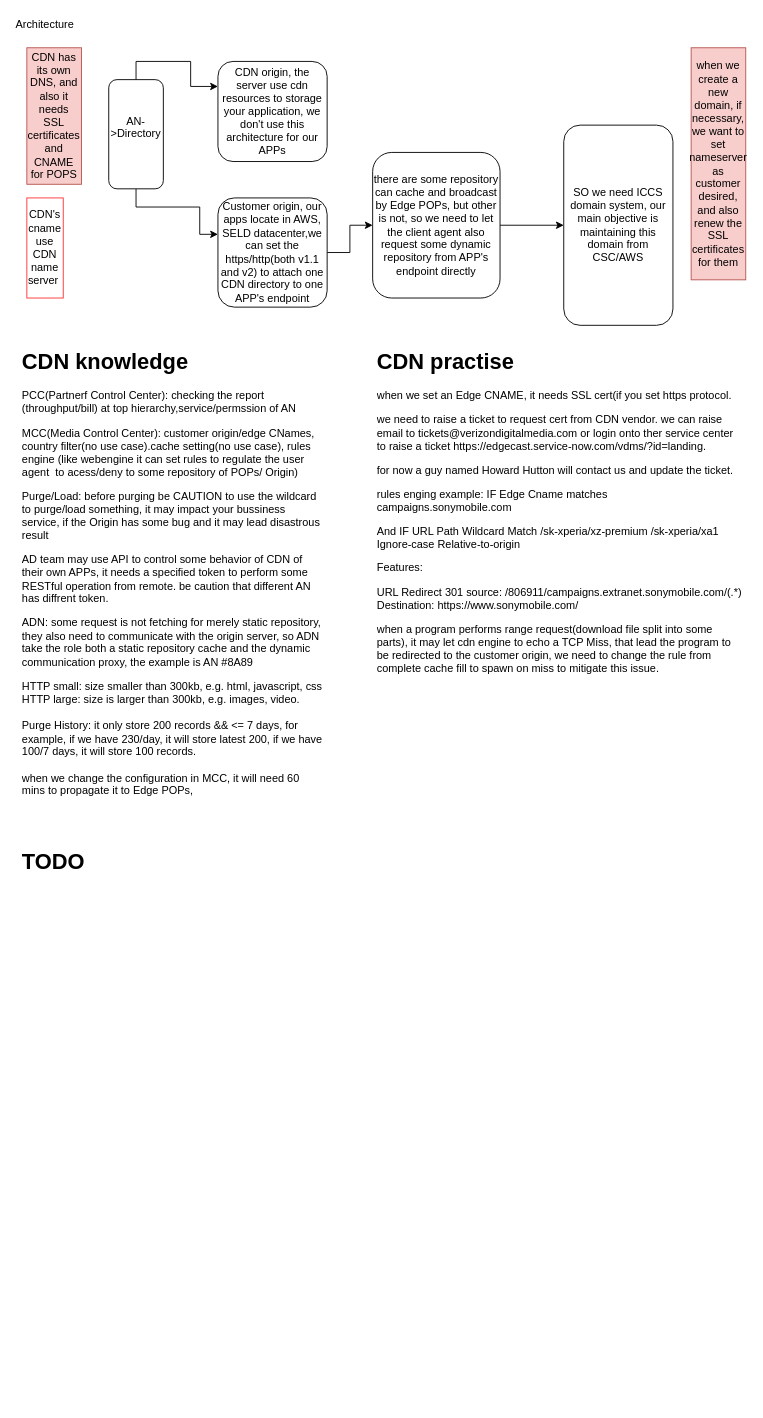
Earlier version of the draw.io diagram CDN learning.drawio (anoyo-lin/domain-cdn-learning). Source tidied: cells renumbered, new cells numbered last; positions are measured from the earlier drawing's top-left corner, leaving out a move shared by most shapes. Both pictures are drawn from the tidied source at 91%, with x=0, y=0 at pixel (17, 15).
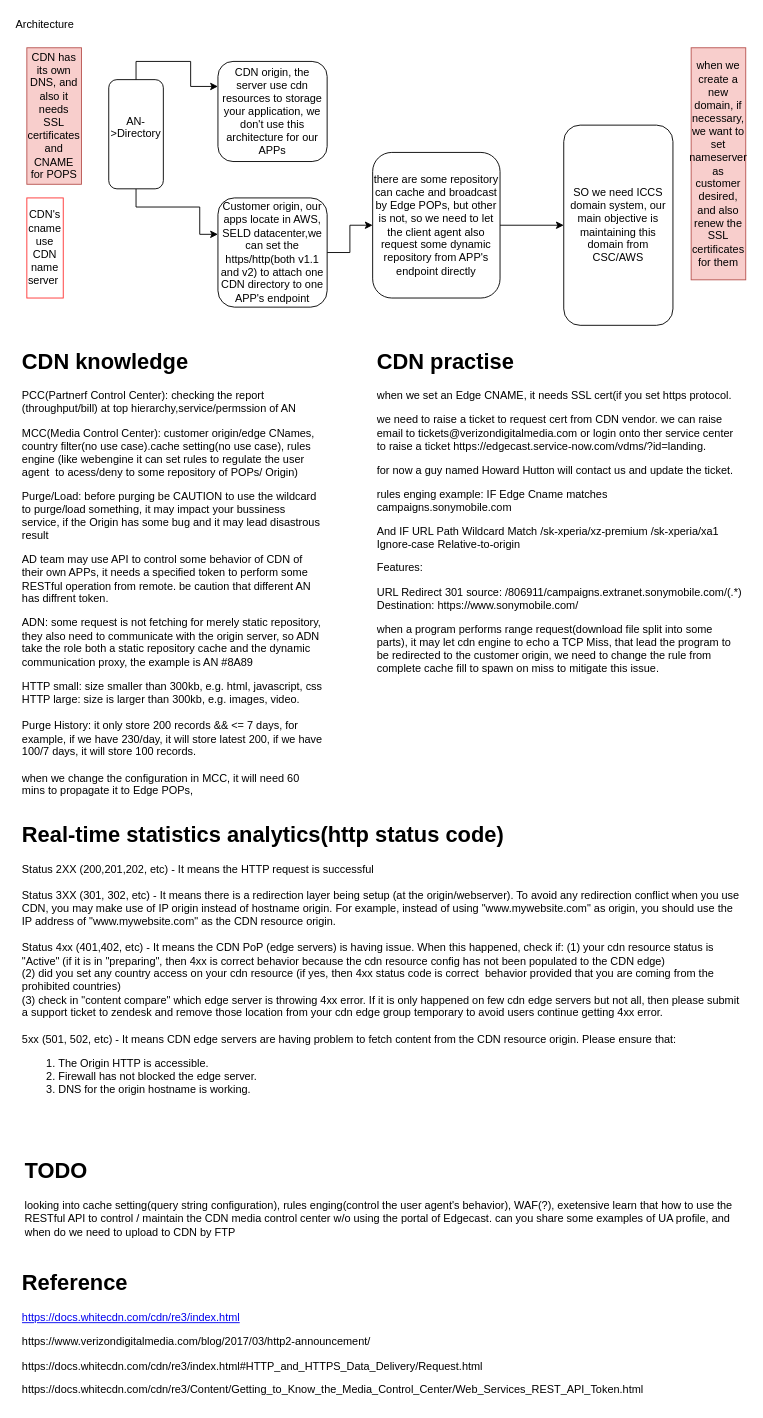
After the change.

The edit, as a diff of the source:
```diff
@@
-    <mxCell id="17" value="&lt;h1&gt;TODO&lt;/h1&gt;" style="text;html=1;strokeColor=none;fillColor=none;spacing=5;spacingTop=-20;whiteSpace=wrap;overflow=hidden;rounded=0;" parent="1" vertex="1">
-      <mxGeometry y="910" width="800" height="120" as="geometry" />
+    <mxCell id="17" value="&lt;h1&gt;TODO&lt;/h1&gt;&lt;div&gt;looking into cache setting(query string configuration), rules enging(control the user agent's behavior), WAF(?), exetensive learn that how to use the RESTful API to control / maintain the CDN media control center w/o using the portal of Edgecast. can you share some examples of UA profile, and when do we need to upload to CDN by FTP&lt;/div&gt;" style="text;html=1;strokeColor=none;fillColor=none;spacing=5;spacingTop=-20;whiteSpace=wrap;overflow=hidden;rounded=0;" parent="1" vertex="1">
+      <mxGeometry x="3" y="1250" width="800" height="120" as="geometry" />
     </mxCell>
+    <mxCell id="18" value="&lt;h1&gt;Reference&lt;/h1&gt;&lt;p&gt;&lt;a href=&quot;https://docs.whitecdn.com/cdn/re3/index.html&quot;&gt;https://docs.whitecdn.com/cdn/re3/index.html&lt;/a&gt;&lt;br&gt;&lt;/p&gt;&lt;p&gt;https://www.verizondigitalmedia.com/blog/2017/03/http2-announcement/&lt;br&gt;&lt;/p&gt;&lt;p&gt;https://docs.whitecdn.com/cdn/re3/index.html#HTTP_and_HTTPS_Data_Delivery/Request.html&lt;br&gt;&lt;/p&gt;&lt;p&gt;https://docs.whitecdn.com/cdn/re3/Content/Getting_to_Know_the_Media_Control_Center/Web_Services_REST_API_Token.html&lt;br&gt;&lt;/p&gt;" style="text;html=1;strokeColor=none;fillColor=none;spacing=5;spacingTop=-20;whiteSpace=wrap;overflow=hidden;rounded=0;" parent="1" vertex="1">
+      <mxGeometry y="1373.2" width="800" height="150" as="geometry" />
+    </mxCell>
+    <mxCell id="19" value="&lt;h1&gt;Real-time statistics analytics(http status code)&lt;/h1&gt;&lt;div&gt;&lt;div&gt;&lt;span&gt;Status 2XX&lt;/span&gt;&lt;span&gt;&amp;nbsp;(200,201,202, etc) - It means the HTTP request is successful&lt;/span&gt;&lt;/div&gt;&lt;div&gt;&lt;br&gt;&lt;/div&gt;&lt;div&gt;&lt;span&gt;Status 3XX&lt;/span&gt;&lt;span&gt;&amp;nbsp;(301, 302, etc) - It means there is a redirection layer being setup (at the origin/webserver). To avoid any redirection conflict when you use CDN, you may make use of IP origin instead of hostname origin. For example, instead of using &quot;www.mywebsite.com&quot; as origin, you should use the IP address of &quot;www.mywebsite.com&quot; as the CDN resource origin.&lt;/span&gt;&lt;/div&gt;&lt;div&gt;&lt;br&gt;&lt;/div&gt;&lt;div&gt;&lt;span&gt;Status 4xx&lt;/span&gt;&lt;span&gt;&amp;nbsp;(401,402, etc) - It means the CDN PoP (edge servers) is having issue. When this happened, check if: (1) your cdn resource status is &quot;Active&quot; (if it is in &quot;preparing&quot;, then 4xx is correct behavior because the cdn resource config has not been populated to the CDN edge)&amp;nbsp;&lt;/span&gt;&lt;/div&gt;&lt;div&gt;&lt;span&gt;(2) did you set any country access on your cdn resource (if yes, then 4xx status code is correct&amp;nbsp; behavior provided that you are coming from the prohibited countries)&lt;/span&gt;&lt;/div&gt;&lt;div&gt;&lt;span&gt;(3) check in &quot;content compare&quot; which edge server is throwing 4xx error. If it is only happened on few cdn edge servers but not all, then please submit a support ticket to zendesk and remove those location from your cdn edge group temporary to avoid users continue getting 4xx error.&lt;/span&gt;&lt;/div&gt;&lt;div&gt;&lt;br&gt;&lt;/div&gt;&lt;div&gt;&lt;span&gt;5xx&lt;/span&gt;&lt;span&gt;&amp;nbsp;(501, 502, etc) - It means CDN edge servers are having problem to fetch content from the CDN resource origin. Please ensure that:&lt;/span&gt;&lt;/div&gt;&lt;div&gt;&lt;ol&gt;&lt;li&gt;&lt;span&gt;The Origin HTTP is accessible.&lt;/span&gt;&lt;/li&gt;&lt;li&gt;&lt;span&gt;Firewall has not blocked the edge server.&lt;/span&gt;&lt;/li&gt;&lt;li&gt;&lt;span&gt;DNS for the origin hostname is working.&lt;/span&gt;&lt;/li&gt;&lt;/ol&gt;&lt;/div&gt;&lt;/div&gt;" style="text;html=1;strokeColor=none;fillColor=none;spacing=5;spacingTop=-20;whiteSpace=wrap;overflow=hidden;rounded=0;" parent="1" vertex="1">
+      <mxGeometry y="880" width="800" height="360" as="geometry" />
+    </mxCell>
```
